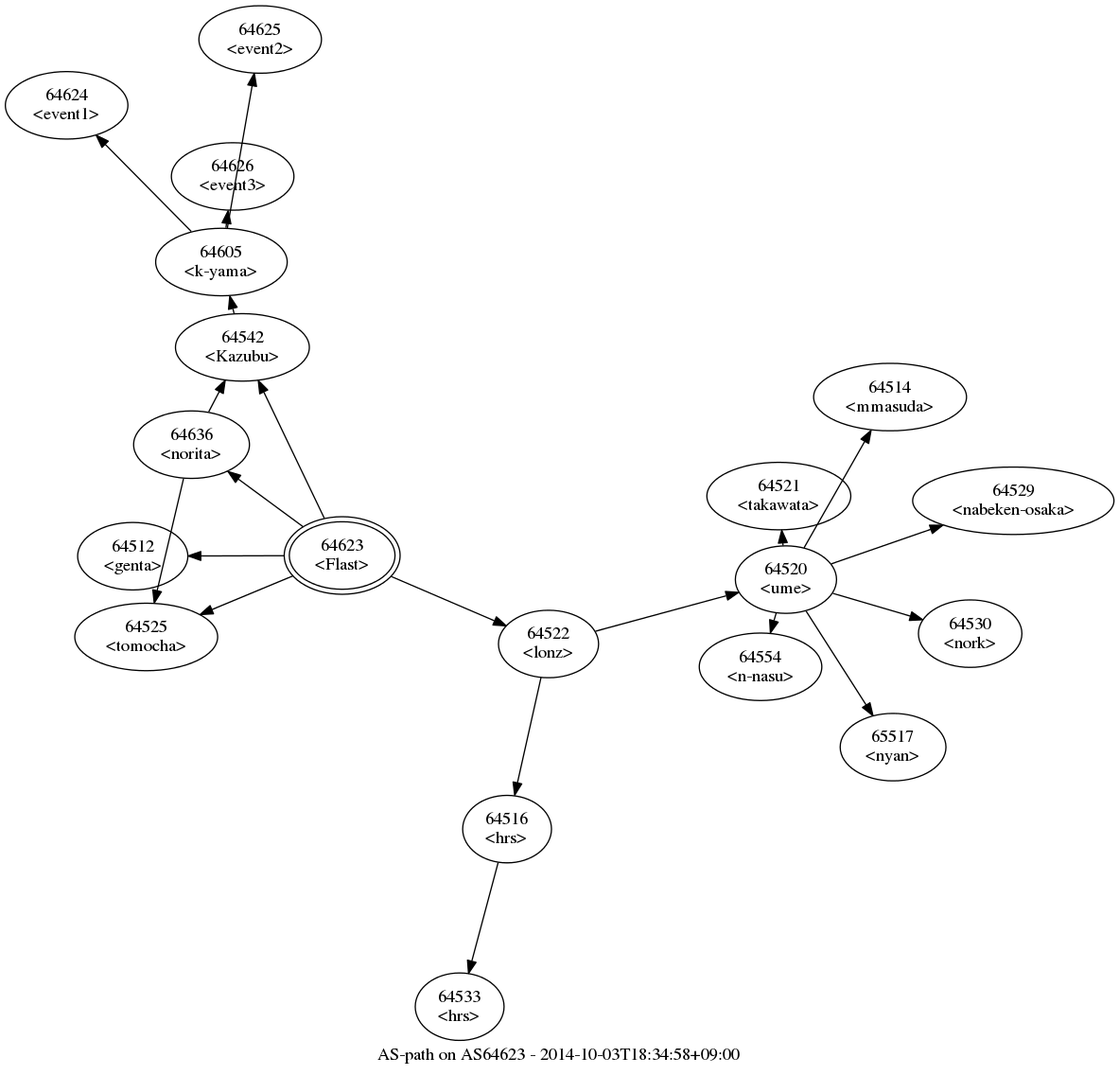
This is aspath/as64623.png from Flast/flast.github.io, a Graphviz export, as it was before one commit. Its source is kept beside it as aspath/as64623.gv.
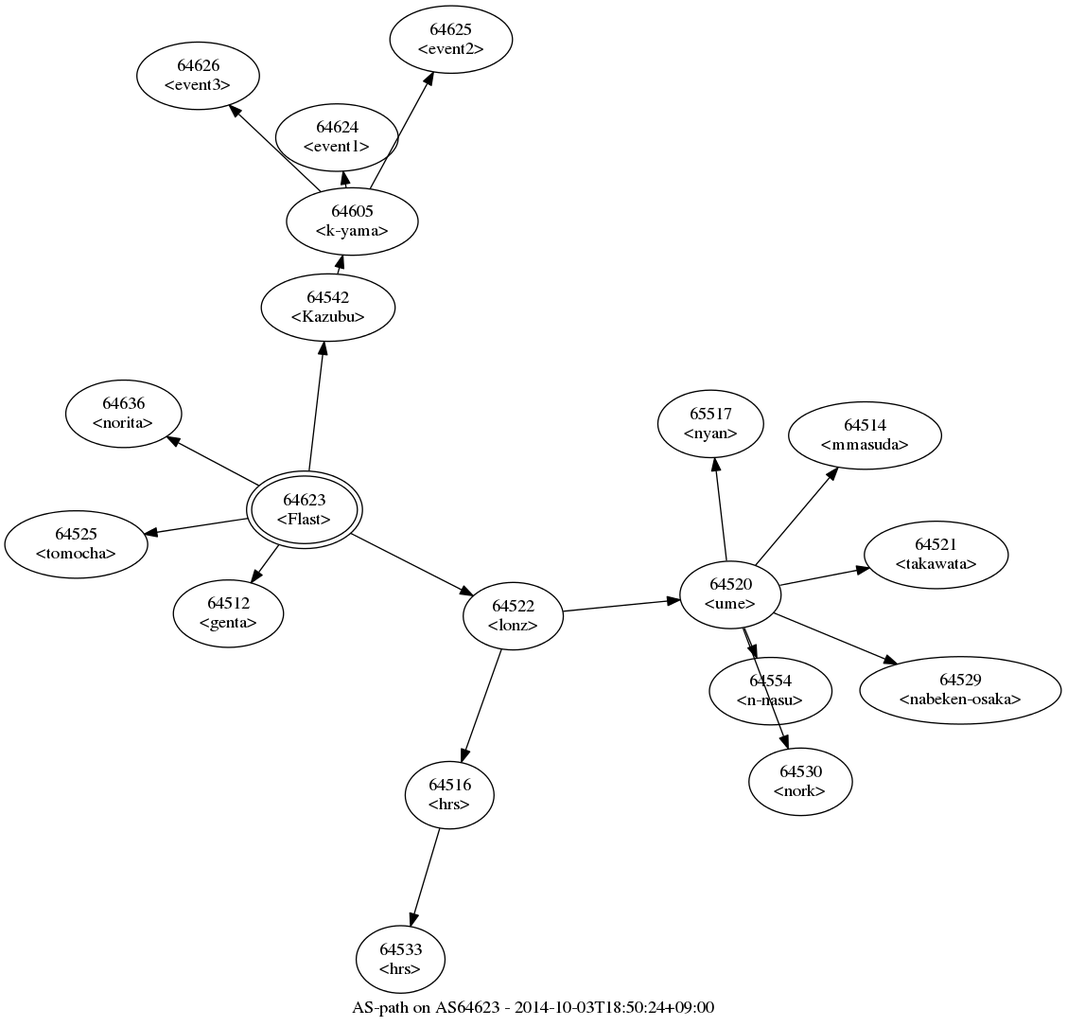
After the commit.

What changed in the source:
```diff
@@ -1,108 +1,106 @@
 digraph aspath {
-	graph [bb="0,0,982,903",
+	graph [bb="0,0,838,806",
 		center="",
-		label="AS-path on AS64623 - 2014-10-03T18:34:58+09:00",
+		label="AS-path on AS64623 - 2014-10-03T18:50:24+09:00",
 		layout=fdp,
 		lheight=0.21,
-		lp="491,11.5",
+		lp="419,11.5",
 		lwidth=4.00
 	];
 	node [label="\N"];
 	64623	 [height=0.8575,
 		label="64623\n<Flast>",
 		peripheries=2,
-		pos="359.51,403.22",
+		pos="237.46,406.05",
 		width=1.27];
 	64542	 [height=0.74639,
 		label="64542\n<Kazubu>",
-		pos="280.66,562.11",
+		pos="256.23,566.28",
 		width=1.4731];
-	64623 -> 64542	 [pos="e,293.66,535.92 344.86,432.74 331.66,459.34 312.22,498.52 298.19,526.78"];
+	64623 -> 64542	 [pos="e,253.06,539.21 241.08,436.95 244.16,463.23 248.59,501.06 251.87,529.03"];
+	64522	 [height=0.74639,
+		label="64522\n<lonz>",
+		pos="402.97,321.77",
+		width=1.0999];
+	64623 -> 64522	 [pos="e,371.09,338 274.19,387.35 300.18,374.11 335.03,356.36 361.93,342.67"];
+	64512	 [height=0.74639,
+		label="64512\n<genta>",
+		pos="177.13,323.75",
+		width=1.2178];
+	64623 -> 64512	 [pos="e,195.11,348.28 217.03,378.19 211.92,371.22 206.4,363.68 201.13,356.49"];
+	64525	 [height=0.74639,
+		label="64525\n<tomocha>",
+		pos="56.477,378.56",
+		width=1.5713];
+	64623 -> 64525	 [pos="e,110.37,386.74 192.72,399.25 170.92,395.94 144.32,391.9 120.42,388.27"];
 	64636	 [height=0.74639,
 		label="64636\n<norita>",
-		pos="219.06,426.54",
+		pos="94.084,482.1",
 		width=1.2767];
-	64623 -> 64636	 [pos="e,263.69,419.13 315.07,410.6 302,412.77 287.56,415.17 273.92,417.43"];
-	64522	 [height=0.74639,
-		label="64522\n<lonz>",
-		pos="532.11,341.5",
-		width=1.0999];
-	64623 -> 64522	 [pos="e,496.86,354.1 399.97,388.75 426.15,379.39 460.26,367.19 487.26,357.54"];
-	64512	 [height=0.74639,
-		label="64512\n<genta>",
-		pos="217.36,491.32",
-		width=1.2178];
-	64623 -> 64512	 [pos="e,248.37,472.09 325.82,424.1 305.18,436.89 278.67,453.32 257.02,466.74"];
-	64525	 [height=0.74639,
-		label="64525\n<tomocha>",
-		pos="189.28,353.46",
-		width=1.5713];
-	64623 -> 64525	 [pos="e,237.5,367.55 317.43,390.92 296.24,384.73 270.22,377.12 247.17,370.38"];
+	64623 -> 64636	 [pos="e,128.28,463.96 201.28,425.24 181.86,435.54 157.78,448.31 137.37,459.14"];
 	64605	 [height=0.74639,
 		label="64605\n<k-yama>",
-		pos="193.04,717.31",
+		pos="275.37,634.49",
 		width=1.4535];
-	64542 -> 64605	 [pos="e,207.75,691.25 266,588.09 251.4,613.94 228.91,653.78 212.75,682.39"];
+	64542 -> 64605	 [pos="e,267.86,607.73 263.79,593.24 264.21,594.73 264.64,596.24 265.06,597.75"];
 	64624	 [height=0.74639,
 		label="64624\n<event1>",
-		pos="49.158,790.67",
+		pos="263.19,700.96",
 		width=1.3553];
-	64605 -> 64624	 [pos="e,85.403,772.19 155.61,736.39 136.92,745.92 114.16,757.53 94.489,767.56"];
+	64605 -> 64624	 [pos="e,268.1,674.16 270.42,661.53 270.25,662.44 270.08,663.36 269.91,664.28"];
 	64625	 [height=0.74639,
 		label="64625\n<event2>",
-		pos="208.49,876.35",
+		pos="353.76,778.67",
 		width=1.3553];
-	64605 -> 64625	 [pos="e,205.88,849.5 195.66,744.29 198.19,770.41 202.06,810.24 204.89,839.32"];
+	64605 -> 64625	 [pos="e,339.67,752.75 289.56,660.6 302.22,683.87 320.83,718.12 334.77,743.74"];
 	64626	 [height=0.74639,
 		label="64626\n<event3>",
-		pos="315.6,803.68",
+		pos="153.11,749.92",
 		width=1.3553];
-	64605 -> 64626	 [pos="e,285.53,782.49 223.96,739.1 240.17,750.53 260.17,764.62 277.35,776.73"];
-	64636 -> 64542	 [pos="e,268.61,535.59 230.93,452.68 240.46,473.64 253.93,503.28 264.45,526.43"];
-	64636 -> 64525	 [pos="e,200.12,380.05 208.31,400.15 206.89,396.68 205.42,393.07 203.95,389.47"];
+	64605 -> 64626	 [pos="e,177.7,726.71 250.33,658.12 231.5,675.9 205.55,700.41 185.2,719.63"];
 	64520	 [height=0.74639,
 		label="64520\n<ume>",
-		pos="718.89,370.77",
+		pos="575.21,338.61",
 		width=1.1196];
-	64522 -> 64520	 [pos="e,679.6,364.61 570.81,347.56 599.42,352.05 638.6,358.18 669.47,363.02"];
+	64522 -> 64520	 [pos="e,535.28,334.71 442.49,325.63 467.04,328.03 498.82,331.14 525.13,333.72"];
 	64516	 [height=0.74639,
 		label="64516\n<hrs>",
-		pos="493.85,181.87",
+		pos="352.51,179.94",
 		width=0.98209];
-	64522 -> 64516	 [pos="e,500.21,208.41 525.71,314.78 519.37,288.34 509.62,247.68 502.58,218.29"];
+	64522 -> 64516	 [pos="e,361.83,206.14 393.6,295.42 385.6,272.93 374.02,240.39 365.19,215.57"];
 	64554	 [height=0.74639,
 		label="64554\n<n-nasu>",
-		pos="733.74,220.53",
+		pos="607.08,262.36",
 		width=1.3553];
-	64520 -> 64554	 [pos="e,731.09,247.41 721.55,343.91 723.93,319.84 727.44,284.31 730.08,257.55"];
+	64520 -> 64554	 [pos="e,596.09,288.65 586.18,312.37 588.13,307.7 590.2,302.76 592.23,297.88"];
 	64530	 [height=0.74639,
 		label="64530\n<nork>",
-		pos="868.49,351.75",
+		pos="630.84,190.52",
 		width=1.1392];
-	64520 -> 64530	 [pos="e,828.08,356.89 758.59,365.72 776.78,363.41 798.56,360.64 817.92,358.18"];
+	64520 -> 64530	 [pos="e,620.94,216.89 585.03,312.48 593.99,288.62 607.32,253.14 617.29,226.59"];
 	64529	 [height=0.74639,
 		label="64529\n<nabeken-osaka>",
-		pos="901.62,444.66",
+		pos="757.62,262.97",
 		width=2.2195];
-	64520 -> 64529	 [pos="e,850.36,423.93 753.69,384.84 778.25,394.77 811.8,408.34 840.74,420.04"];
+	64520 -> 64529	 [pos="e,707.27,283.85 609.52,324.39 634.38,314.07 668.64,299.87 697.94,287.72"];
 	64521	 [height=0.74639,
 		label="64521\n<takawata>",
-		pos="720.44,439.22",
+		pos="738.39,370.27",
 		width=1.591];
-	64520 -> 64521	 [pos="e,719.82,411.92 719.5,397.82 719.53,399.13 719.56,400.44 719.59,401.77"];
+	64520 -> 64521	 [pos="e,685.44,360 614.3,346.2 632.61,349.75 654.89,354.07 675.48,358.07"];
 	64514	 [height=0.74639,
 		label="64514\n<mmasuda>",
-		pos="805.83,523.25",
+		pos="681.92,464.88",
 		width=1.6892];
-	64520 -> 64514	 [pos="e,790.87,497.01 733.25,395.95 747.61,421.14 769.82,460.09 785.89,488.27"];
+	64520 -> 64514	 [pos="e,660.37,439.38 595.03,362.07 611.57,381.63 635.33,409.74 653.82,431.63"];
 	65517	 [height=0.74639,
 		label="65517\n<nyan>",
-		pos="834.37,274.83",
+		pos="559.53,474.13",
 		width=1.1589];
-	64520 -> 65517	 [pos="e,808.69,296.16 744.23,349.71 760.82,335.94 782.67,317.78 800.7,302.8"];
+	64520 -> 65517	 [pos="e,562.66,447.08 572.08,365.71 569.71,386.12 566.45,414.33 563.84,436.86"];
 	64533	 [height=0.74639,
 		label="64533\n<hrs>",
-		pos="459.92,50.25",
+		pos="313.65,49.768",
 		width=0.98209];
-	64516 -> 64533	 [pos="e,466.77,76.845 486.99,155.23 481.9,135.52 474.92,108.43 469.32,86.711"];
+	64516 -> 64533	 [pos="e,321.5,76.07 344.65,153.6 338.83,134.1 330.83,107.31 324.41,85.828"];
 }
```
